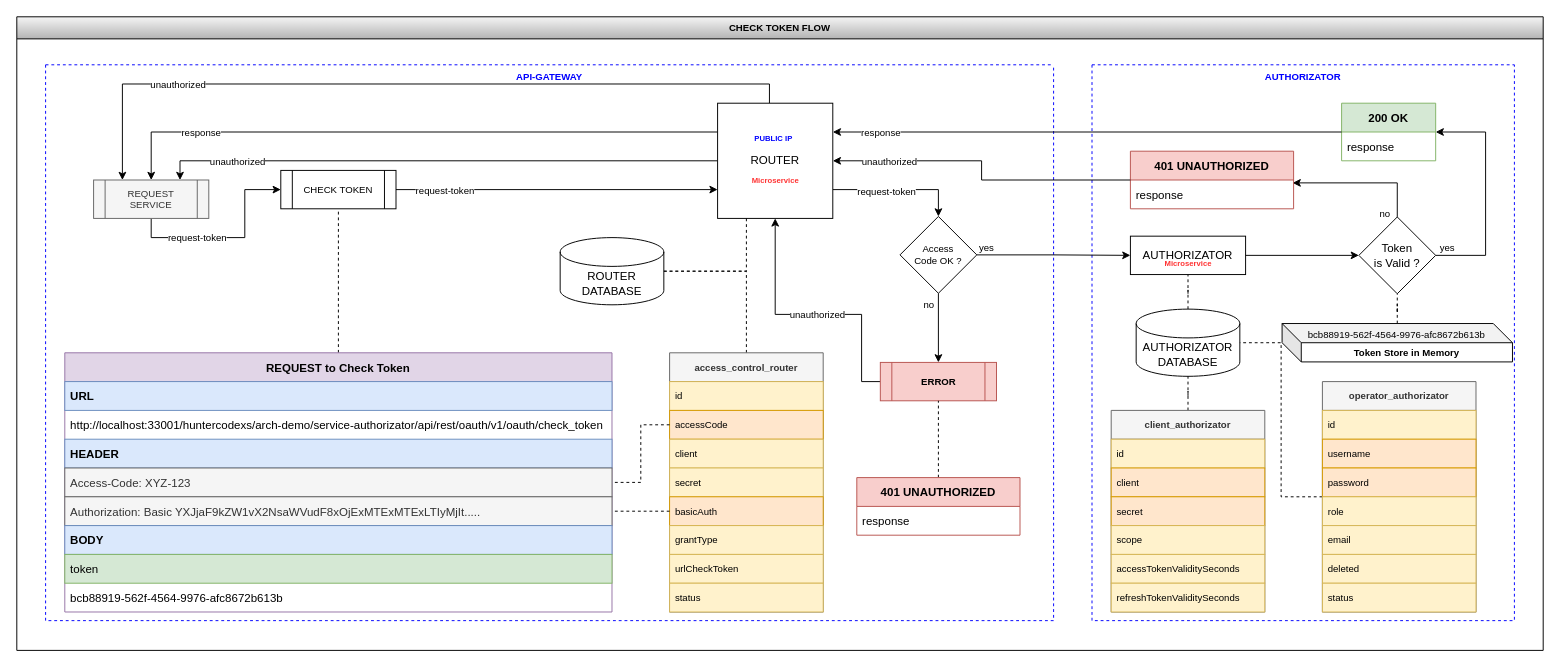
This is page "Check Token" (8 of 9) of diagram/Microservices-Architecure-Demo.drawio from huntercodexs/arch-demo, a draw.io file, before an edit. Source tidied: cells renumbered, new cells numbered last; positions are measured from the earlier drawing's top-left corner, leaving out a move shared by most shapes. Both pictures are drawn from the tidied source at 96%, with x=0, y=0 at pixel (16, 16).
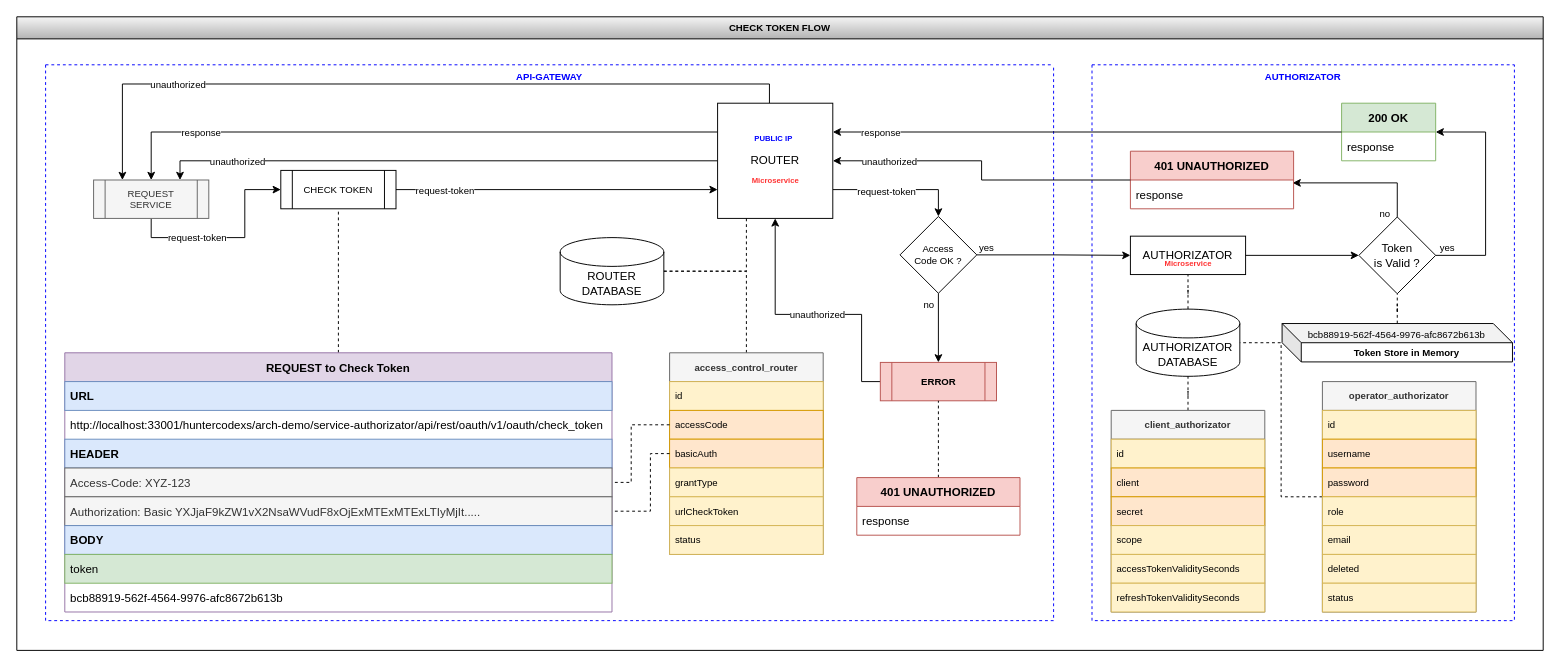
Above is the later version.

The change refers to these unchanged cells:
```xml
<mxCell id="3" value="&#10;&#10;API-GATEWAY" style="swimlane;startSize=0;fontSize=10;dashed=1;strokeColor=#0000FF;fontColor=#0000FF;" parent="2" vertex="1">
  <mxGeometry x="30" y="50" width="1050" height="579" as="geometry" />
</mxCell>
<mxCell id="18" value="accessCode" style="text;strokeColor=#d79b00;fillColor=#ffe6cc;align=left;verticalAlign=middle;spacingLeft=4;spacingRight=4;overflow=hidden;points=[[0,0.5],[1,0.5]];portConstraint=eastwest;fontSize=10;" parent="16" vertex="1">
  <mxGeometry y="60" width="160" height="30" as="geometry" />
</mxCell>
<mxCell id="30" value="Access-Code: XYZ-123" style="text;strokeColor=#666666;fillColor=#f5f5f5;align=left;verticalAlign=middle;spacingLeft=4;spacingRight=4;overflow=hidden;points=[[0,0.5],[1,0.5]];portConstraint=eastwest;fontColor=#333333;" parent="26" vertex="1">
  <mxGeometry y="120" width="570" height="30" as="geometry" />
</mxCell>
<mxCell id="31" value="Authorization: Basic YXJjaF9kZW1vX2NsaWVudF8xOjExMTExMTExLTIyMjIt....." style="text;strokeColor=#666666;fillColor=#f5f5f5;align=left;verticalAlign=middle;spacingLeft=4;spacingRight=4;overflow=hidden;points=[[0,0.5],[1,0.5]];portConstraint=eastwest;fontColor=#333333;" parent="26" vertex="1">
  <mxGeometry y="150" width="570" height="30" as="geometry" />
</mxCell>
```

What changed in the source:
```diff
@@
     <mxCell id="16" value="access_control_router" style="swimlane;fontStyle=1;horizontal=1;startSize=30;fontSize=10;fontColor=#333333;fillColor=#f5f5f5;strokeColor=#666666;rounded=0;glass=0;swimlaneLine=1;" parent="3" vertex="1">
-      <mxGeometry x="650" y="300" width="160" height="270" as="geometry" />
+      <mxGeometry x="650" y="300" width="160" height="210" as="geometry" />
     </mxCell>
@@
-    <mxCell id="19" value="client" style="text;align=left;verticalAlign=middle;spacingLeft=4;spacingRight=4;overflow=hidden;fontSize=10;fillColor=#fff2cc;strokeColor=#d6b656;" parent="16" vertex="1">
-      <mxGeometry y="90" width="160" height="30" as="geometry" />
-    </mxCell>
-    <mxCell id="20" value="secret" style="text;strokeColor=#d6b656;fillColor=#fff2cc;align=left;verticalAlign=middle;spacingLeft=4;spacingRight=4;overflow=hidden;fontSize=10;" parent="16" vertex="1">
-      <mxGeometry y="120" width="160" height="30" as="geometry" />
-    </mxCell>
     <mxCell id="21" value="basicAuth" style="text;strokeColor=#d79b00;fillColor=#ffe6cc;align=left;verticalAlign=middle;spacingLeft=4;spacingRight=4;overflow=hidden;points=[[0,0.5],[1,0.5]];portConstraint=eastwest;fontSize=10;" parent="16" vertex="1">
-      <mxGeometry y="150" width="160" height="30" as="geometry" />
+      <mxGeometry y="90" width="160" height="30" as="geometry" />
     </mxCell>
     <mxCell id="22" value="grantType" style="text;align=left;verticalAlign=middle;spacingLeft=4;spacingRight=4;overflow=hidden;fontSize=10;fillColor=#fff2cc;strokeColor=#d6b656;" parent="16" vertex="1">
-      <mxGeometry y="180" width="160" height="30" as="geometry" />
+      <mxGeometry y="120" width="160" height="30" as="geometry" />
     </mxCell>
     <mxCell id="23" value="urlCheckToken" style="text;strokeColor=#d6b656;fillColor=#fff2cc;align=left;verticalAlign=middle;spacingLeft=4;spacingRight=4;overflow=hidden;fontSize=10;" parent="16" vertex="1">
-      <mxGeometry y="210" width="160" height="30" as="geometry" />
+      <mxGeometry y="150" width="160" height="30" as="geometry" />
     </mxCell>
     <mxCell id="24" value="status" style="text;strokeColor=#d6b656;fillColor=#fff2cc;align=left;verticalAlign=middle;spacingLeft=4;spacingRight=4;overflow=hidden;fontSize=10;" parent="16" vertex="1">
-      <mxGeometry y="240" width="160" height="30" as="geometry" />
+      <mxGeometry y="180" width="160" height="30" as="geometry" />
     </mxCell>
@@
     <mxCell id="39" style="edgeStyle=orthogonalEdgeStyle;rounded=0;jettySize=auto;html=1;dashed=1;fontSize=10;fontColor=#000000;startArrow=none;startFill=0;endArrow=none;endFill=0;" parent="3" edge="1" source="18" target="30">
-      <mxGeometry relative="1" as="geometry" />
+      <mxGeometry relative="1" as="geometry">
+        <Array as="points">
+          <mxPoint x="610" y="375" />
+          <mxPoint x="610" y="435" />
+        </Array>
+      </mxGeometry>
     </mxCell>
     <mxCell id="40" style="edgeStyle=orthogonalEdgeStyle;rounded=0;jettySize=auto;html=1;dashed=1;fontSize=10;fontColor=#000000;startArrow=none;startFill=0;endArrow=none;endFill=0;" parent="3" edge="1" source="21" target="31">
-      <mxGeometry relative="1" as="geometry" />
+      <mxGeometry relative="1" as="geometry">
+        <Array as="points">
+          <mxPoint x="630" y="405" />
+          <mxPoint x="630" y="465" />
+        </Array>
+      </mxGeometry>
     </mxCell>
```
